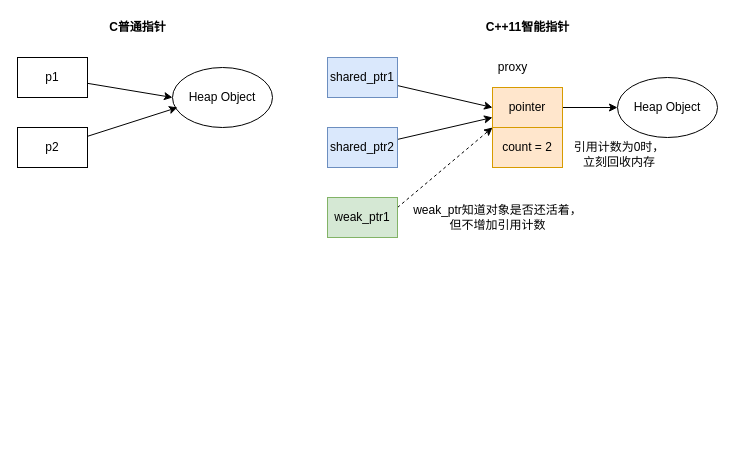
This is C++.drawio from xuelei20/drawio, a draw.io file, before an edit. Source tidied: cells renumbered, new cells numbered last; positions are measured from the earlier drawing's top-left corner, leaving out a move shared by most shapes. Both pictures are drawn from the tidied source at 100%, with x=0, y=0 at pixel (17, 17).
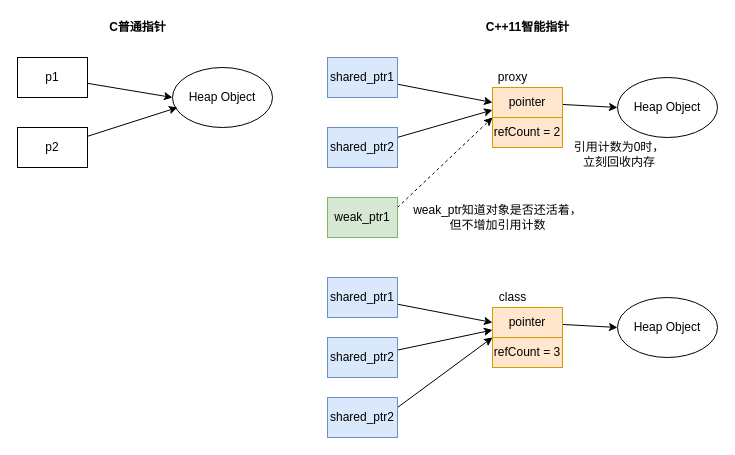
The same page after the edit.

The edit, as a diff of the source:
```diff
@@
     <mxCell id="15" value="pointer" style="rounded=0;whiteSpace=wrap;html=1;fillColor=#ffe6cc;strokeColor=#d79b00;" parent="1" vertex="1">
-      <mxGeometry x="475" y="70" width="70" height="40" as="geometry" />
+      <mxGeometry x="475" y="70" width="70" height="30" as="geometry" />
     </mxCell>
-    <mxCell id="16" value="count = 2" style="rounded=0;whiteSpace=wrap;html=1;fillColor=#ffe6cc;strokeColor=#d79b00;" parent="1" vertex="1">
-      <mxGeometry x="475" y="110" width="70" height="40" as="geometry" />
+    <mxCell id="16" value="refCount = 2" style="rounded=0;whiteSpace=wrap;html=1;fillColor=#ffe6cc;strokeColor=#d79b00;" parent="1" vertex="1">
+      <mxGeometry x="475" y="100" width="70" height="30" as="geometry" />
     </mxCell>
@@
     <mxCell id="21" value="proxy" style="text;html=1;align=center;verticalAlign=middle;" parent="1" vertex="1">
-      <mxGeometry x="475" y="40" width="40" height="20" as="geometry" />
+      <mxGeometry x="475" y="50" width="40" height="20" as="geometry" />
     </mxCell>
+    <mxCell id="22" value="Heap Object" style="ellipse;whiteSpace=wrap;html=1;" parent="1" vertex="1">
+      <mxGeometry x="600" y="280" width="100" height="60" as="geometry" />
+    </mxCell>
+    <mxCell id="23" style="rounded=0;jettySize=auto;html=1;entryX=0;entryY=0.5;entryDx=0;entryDy=0;" parent="1" edge="1" source="24" target="28">
+      <mxGeometry relative="1" as="geometry" />
+    </mxCell>
+    <mxCell id="24" value="shared_ptr1" style="rounded=0;whiteSpace=wrap;html=1;fillColor=#dae8fc;strokeColor=#6c8ebf;" parent="1" vertex="1">
+      <mxGeometry x="310" y="260" width="70" height="40" as="geometry" />
+    </mxCell>
+    <mxCell id="25" style="edgeStyle=none;rounded=0;jettySize=auto;html=1;entryX=0;entryY=0.75;entryDx=0;entryDy=0;" parent="1" edge="1" source="26" target="28">
+      <mxGeometry relative="1" as="geometry" />
+    </mxCell>
+    <mxCell id="26" value="shared_ptr2" style="rounded=0;whiteSpace=wrap;html=1;fillColor=#dae8fc;strokeColor=#6c8ebf;" parent="1" vertex="1">
+      <mxGeometry x="310" y="320" width="70" height="40" as="geometry" />
+    </mxCell>
+    <mxCell id="27" style="edgeStyle=none;rounded=0;jettySize=auto;html=1;entryX=0;entryY=0.5;entryDx=0;entryDy=0;" parent="1" edge="1" source="28" target="22">
+      <mxGeometry relative="1" as="geometry" />
+    </mxCell>
+    <mxCell id="28" value="pointer" style="rounded=0;whiteSpace=wrap;html=1;fillColor=#ffe6cc;strokeColor=#d79b00;" parent="1" vertex="1">
+      <mxGeometry x="475" y="290" width="70" height="30" as="geometry" />
+    </mxCell>
+    <mxCell id="29" value="refCount = 3" style="rounded=0;whiteSpace=wrap;html=1;fillColor=#ffe6cc;strokeColor=#d79b00;" parent="1" vertex="1">
+      <mxGeometry x="475" y="320" width="70" height="30" as="geometry" />
+    </mxCell>
+    <mxCell id="30" value="class" style="text;html=1;align=center;verticalAlign=middle;" parent="1" vertex="1">
+      <mxGeometry x="475" y="270" width="40" height="20" as="geometry" />
+    </mxCell>
+    <mxCell id="31" style="rounded=0;jettySize=auto;html=1;entryX=0;entryY=1;entryDx=0;entryDy=0;exitX=1;exitY=0.25;exitDx=0;exitDy=0;" parent="1" edge="1" source="32" target="28">
+      <mxGeometry relative="1" as="geometry" />
+    </mxCell>
+    <mxCell id="32" value="shared_ptr2" style="rounded=0;whiteSpace=wrap;html=1;fillColor=#dae8fc;strokeColor=#6c8ebf;" parent="1" vertex="1">
+      <mxGeometry x="310" y="380" width="70" height="40" as="geometry" />
+    </mxCell>
```
